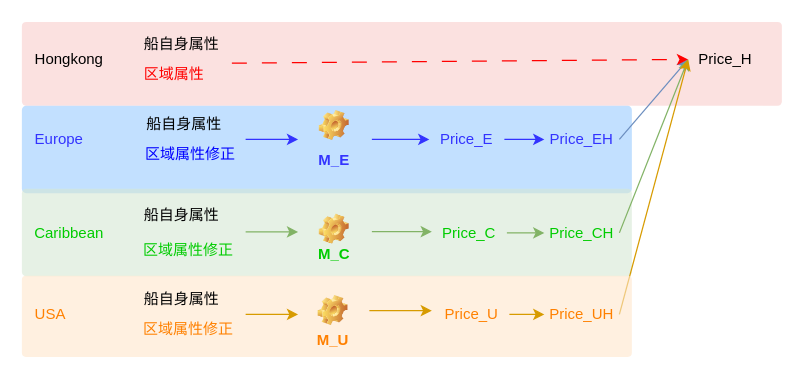
The draw.io diagram 99_resources/11_img/model_3.drawio in dataml-cn/playground, before the edit. Source tidied: cells renumbered, new cells numbered last; positions are measured from the earlier drawing's top-left corner, leaving out a move shared by most shapes. Both pictures are drawn from the tidied source at 125%, with x=0, y=0 at pixel (21, 21).
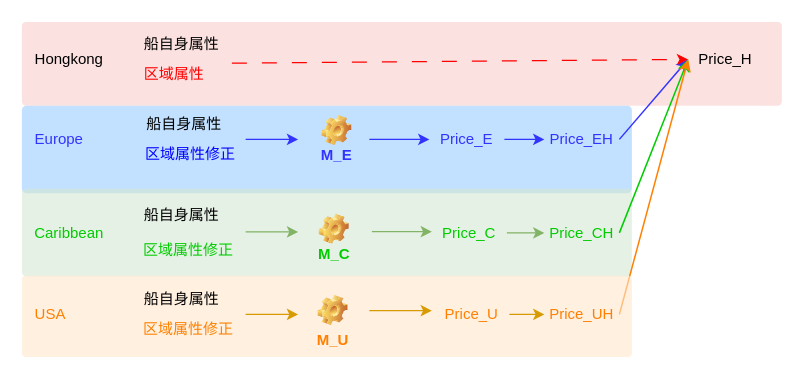
The same page after the edit.

The change refers to these unchanged cells:
```xml
<mxCell id="25" value="&lt;font color=&quot;#00cc00&quot;&gt;Price_CH&lt;/font&gt;" style="text;html=1;strokeColor=none;fillColor=none;align=center;verticalAlign=middle;whiteSpace=wrap;rounded=0;" parent="23" vertex="1">
  <mxGeometry width="60" height="35" as="geometry" />
</mxCell>
<mxCell id="35" value="&lt;font color=&quot;#3333ff&quot;&gt;Price_EH&lt;/font&gt;" style="text;html=1;strokeColor=none;fillColor=none;align=center;verticalAlign=middle;whiteSpace=wrap;rounded=0;" parent="33" vertex="1">
  <mxGeometry width="60" height="30" as="geometry" />
</mxCell>
<mxCell id="37" value="Price_H" style="text;html=1;strokeColor=none;fillColor=none;align=center;verticalAlign=middle;whiteSpace=wrap;rounded=0;" parent="1" vertex="1">
  <mxGeometry x="533" y="15" width="60" height="30" as="geometry" />
</mxCell>
<mxCell id="48" value="&lt;font color=&quot;#ff8000&quot;&gt;Price_UH&lt;/font&gt;" style="text;html=1;strokeColor=none;fillColor=none;align=center;verticalAlign=middle;whiteSpace=wrap;rounded=0;" parent="46" vertex="1">
  <mxGeometry width="60" height="30" as="geometry" />
</mxCell>
```

Diff of the diagram source:
```diff
@@
     <mxCell id="27" value="&lt;font color=&quot;#3333ff&quot;&gt;M_E&lt;/font&gt;" style="label;whiteSpace=wrap;html=1;align=center;verticalAlign=bottom;spacingLeft=0;spacingBottom=4;imageAlign=center;imageVerticalAlign=top;image=img/clipart/Gear_128x128.png;strokeColor=none;imageWidth=24;imageHeight=24;fillColor=none;" parent="1" vertex="1">
-      <mxGeometry x="220" y="64" width="60" height="60" as="geometry" />
+      <mxGeometry x="226" y="68" width="52" height="52" as="geometry" />
     </mxCell>
@@
-    <mxCell id="38" style="endArrow=classic;html=1;rounded=0;exitX=1;exitY=0.5;exitDx=0;exitDy=0;entryX=0;entryY=0.5;entryDx=0;entryDy=0;strokeColor=#6c8ebf;fillColor=#dae8fc;" parent="1" edge="1" source="35" target="37">
+    <mxCell id="38" style="endArrow=classic;html=1;rounded=0;exitX=1;exitY=0.5;exitDx=0;exitDy=0;entryX=0;entryY=0.5;entryDx=0;entryDy=0;strokeColor=#3333FF;fillColor=#dae8fc;strokeWidth=1.2;" parent="1" edge="1" source="35" target="37">
       <mxGeometry relative="1" as="geometry" />
     </mxCell>
-    <mxCell id="39" style="endArrow=classic;html=1;rounded=0;exitX=1;exitY=0.5;exitDx=0;exitDy=0;entryX=0;entryY=0.5;entryDx=0;entryDy=0;fillColor=#d5e8d4;strokeColor=#82b366;" parent="1" edge="1" source="25" target="37">
+    <mxCell id="39" style="endArrow=classic;html=1;rounded=0;exitX=1;exitY=0.5;exitDx=0;exitDy=0;entryX=0;entryY=0.5;entryDx=0;entryDy=0;fillColor=#d5e8d4;strokeColor=#00CC00;strokeWidth=1.2;" parent="1" edge="1" source="25" target="37">
       <mxGeometry relative="1" as="geometry" />
     </mxCell>
-    <mxCell id="40" style="endArrow=classic;html=1;rounded=0;exitX=1;exitY=0.5;exitDx=0;exitDy=0;entryX=0;entryY=0.5;entryDx=0;entryDy=0;fillColor=#ffe6cc;strokeColor=#d79b00;" parent="1" edge="1" source="48" target="37">
+    <mxCell id="40" style="endArrow=classic;html=1;rounded=0;exitX=1;exitY=0.5;exitDx=0;exitDy=0;entryX=0;entryY=0.5;entryDx=0;entryDy=0;fillColor=#ffe6cc;strokeColor=#FF8000;strokeWidth=1.2;" parent="1" edge="1" source="48" target="37">
       <mxGeometry relative="1" as="geometry" />
     </mxCell>
```
